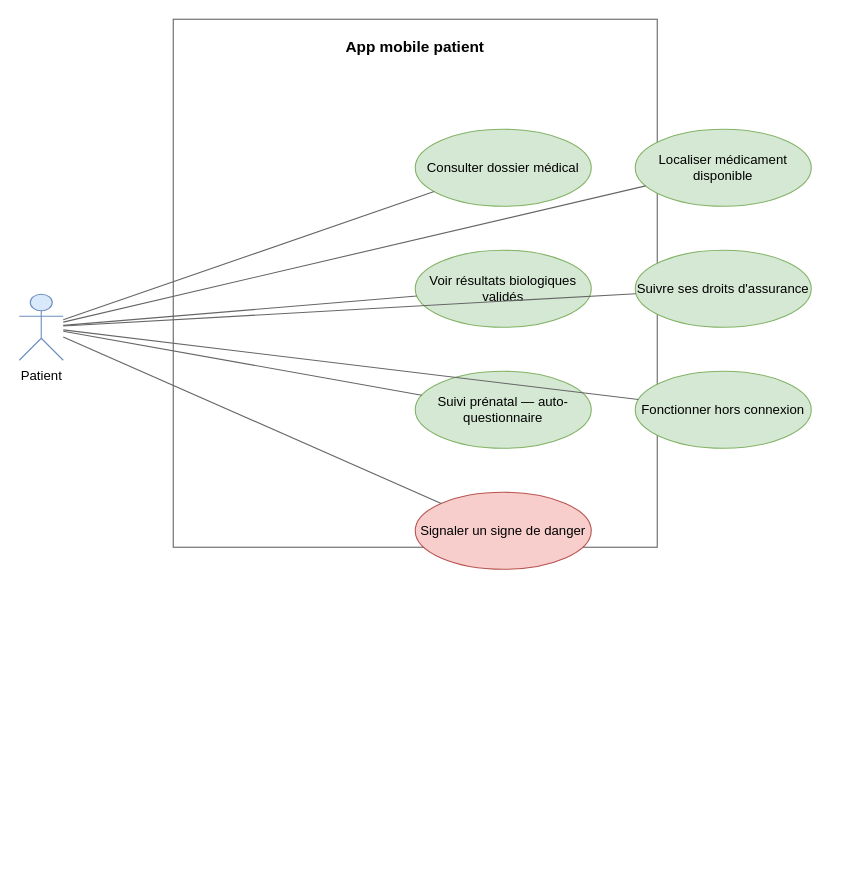
Earlier version of the draw.io diagram page "App Mobile Patient" (5 of 9) of docs/diagrammes/LaafiCare_Cas_Utilisation.drawio (KABORE-c-elie/LaafiCare). Source tidied: cells renumbered, new cells numbered last; positions are measured from the earlier drawing's top-left corner, leaving out a move shared by most shapes. Both pictures are drawn from the tidied source at 110%, with x=0, y=0 at pixel (19, 19).
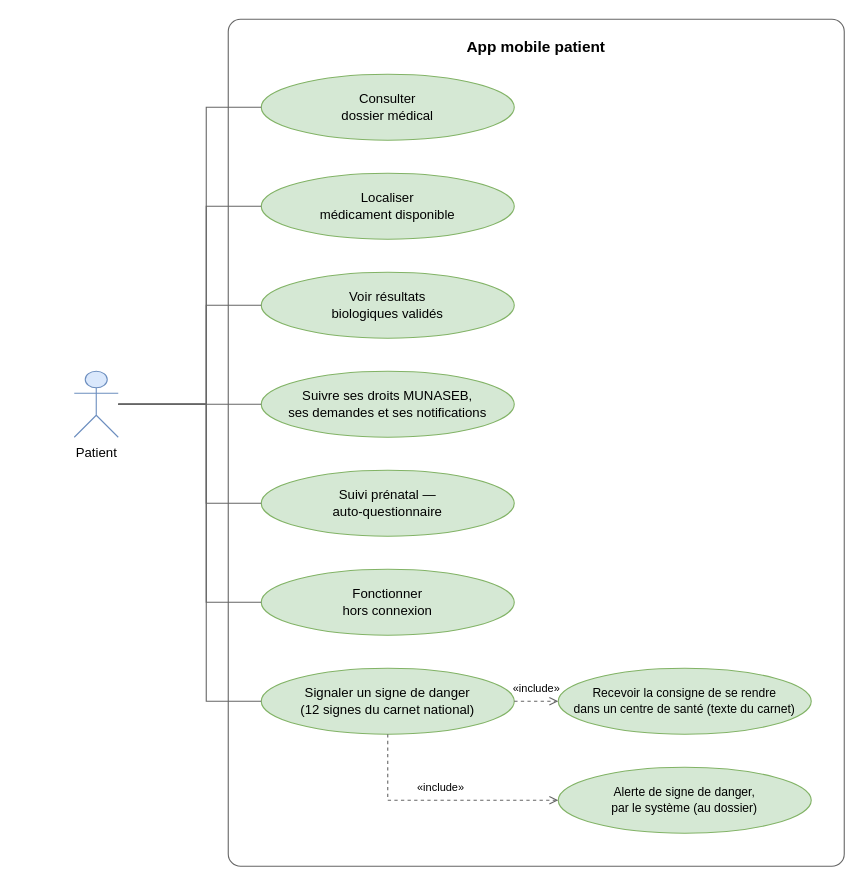
The same page after the edit.

Diff of the diagram source:
```diff
@@
-    <mxCell id="2" value="App mobile patient" style="rounded=8;whiteSpace=wrap;html=1;verticalAlign=top;fillColor=none;strokeColor=#666666;fontSize=14;fontStyle=1;align=center;spacingTop=10;" parent="1" vertex="1">
-      <mxGeometry x="140" width="440" height="480" as="geometry" />
+    <mxCell id="2" value="App mobile patient" style="rounded=1;arcSize=2;whiteSpace=wrap;html=1;verticalAlign=top;fillColor=none;strokeColor=#666666;fontSize=14;fontStyle=1;align=center;spacingTop=10;" parent="1" vertex="1">
+      <mxGeometry x="190" width="560" height="770" as="geometry" />
     </mxCell>
-    <mxCell id="3" value="Patient" style="shape=umlActor;verticalLabelPosition=bottom;verticalAlign=top;html=1;outlineConnect=0;fillColor=#dae8fc;strokeColor=#6c8ebf;" parent="1" vertex="1">
-      <mxGeometry y="250" width="40" height="60" as="geometry" />
-    </mxCell>
-    <mxCell id="4" value="Consulter dossier médical" style="ellipse;whiteSpace=wrap;html=1;fillColor=#d5e8d4;strokeColor=#82b366;" parent="2" vertex="1">
-      <mxGeometry x="220" y="100" width="160" height="70" as="geometry" />
+    <mxCell id="4" value="Consulter&lt;br/&gt;dossier médical" style="ellipse;whiteSpace=wrap;html=1;fillColor=#d5e8d4;strokeColor=#82b366;" parent="2" vertex="1">
+      <mxGeometry x="30" y="50" width="230" height="60" as="geometry" />
     </mxCell>
-    <mxCell id="5" value="Localiser médicament disponible" style="ellipse;whiteSpace=wrap;html=1;fillColor=#d5e8d4;strokeColor=#82b366;" parent="2" vertex="1">
-      <mxGeometry x="420" y="100" width="160" height="70" as="geometry" />
+    <mxCell id="5" value="Localiser&lt;br/&gt;médicament disponible" style="ellipse;whiteSpace=wrap;html=1;fillColor=#d5e8d4;strokeColor=#82b366;" parent="2" vertex="1">
+      <mxGeometry x="30" y="140" width="230" height="60" as="geometry" />
     </mxCell>
-    <mxCell id="6" value="Voir résultats biologiques validés" style="ellipse;whiteSpace=wrap;html=1;fillColor=#d5e8d4;strokeColor=#82b366;" parent="2" vertex="1">
-      <mxGeometry x="220" y="210" width="160" height="70" as="geometry" />
+    <mxCell id="6" value="Voir résultats&lt;br/&gt;biologiques validés" style="ellipse;whiteSpace=wrap;html=1;fillColor=#d5e8d4;strokeColor=#82b366;" parent="2" vertex="1">
+      <mxGeometry x="30" y="230" width="230" height="60" as="geometry" />
     </mxCell>
-    <mxCell id="7" value="Suivre ses droits d'assurance" style="ellipse;whiteSpace=wrap;html=1;fillColor=#d5e8d4;strokeColor=#82b366;" parent="2" vertex="1">
-      <mxGeometry x="420" y="210" width="160" height="70" as="geometry" />
+    <mxCell id="7" value="Suivre ses droits MUNASEB,&lt;br/&gt;ses demandes et ses notifications" style="ellipse;whiteSpace=wrap;html=1;fillColor=#d5e8d4;strokeColor=#82b366;" parent="2" vertex="1">
+      <mxGeometry x="30" y="320" width="230" height="60" as="geometry" />
     </mxCell>
-    <mxCell id="8" value="Suivi prénatal — auto-questionnaire" style="ellipse;whiteSpace=wrap;html=1;fillColor=#d5e8d4;strokeColor=#82b366;" parent="2" vertex="1">
-      <mxGeometry x="220" y="320" width="160" height="70" as="geometry" />
+    <mxCell id="8" value="Suivi prénatal —&lt;br/&gt;auto-questionnaire" style="ellipse;whiteSpace=wrap;html=1;fillColor=#d5e8d4;strokeColor=#82b366;" parent="2" vertex="1">
+      <mxGeometry x="30" y="410" width="230" height="60" as="geometry" />
     </mxCell>
-    <mxCell id="9" value="Fonctionner hors connexion" style="ellipse;whiteSpace=wrap;html=1;fillColor=#d5e8d4;strokeColor=#82b366;" parent="2" vertex="1">
-      <mxGeometry x="420" y="320" width="160" height="70" as="geometry" />
+    <mxCell id="9" value="Fonctionner&lt;br/&gt;hors connexion" style="ellipse;whiteSpace=wrap;html=1;fillColor=#d5e8d4;strokeColor=#82b366;" parent="2" vertex="1">
+      <mxGeometry x="30" y="500" width="230" height="60" as="geometry" />
     </mxCell>
-    <mxCell id="10" value="Signaler un signe de danger" style="ellipse;whiteSpace=wrap;html=1;fillColor=#f8cecc;strokeColor=#b85450;" parent="2" vertex="1">
-      <mxGeometry x="220" y="430" width="160" height="70" as="geometry" />
+    <mxCell id="10" value="Signaler un signe de danger&lt;br/&gt;(12 signes du carnet national)" style="ellipse;whiteSpace=wrap;html=1;fillColor=#d5e8d4;strokeColor=#82b366;" parent="2" vertex="1">
+      <mxGeometry x="30" y="590" width="230" height="60" as="geometry" />
     </mxCell>
+    <mxCell id="18" value="Recevoir la consigne de se rendre&lt;br/&gt;dans un centre de santé (texte du carnet)" style="ellipse;whiteSpace=wrap;html=1;fillColor=#d5e8d4;strokeColor=#82b366;fontSize=11;" parent="2" vertex="1">
+      <mxGeometry x="300" y="590" width="230" height="60" as="geometry" />
+    </mxCell>
+    <mxCell id="19" value="Alerte de signe de danger,&lt;br/&gt;par le système (au dossier)" style="ellipse;whiteSpace=wrap;html=1;fillColor=#d5e8d4;strokeColor=#82b366;fontSize=11;" parent="2" vertex="1">
+      <mxGeometry x="300" y="680" width="230" height="60" as="geometry" />
+    </mxCell>
+    <mxCell id="3" value="Patient" style="shape=umlActor;verticalLabelPosition=bottom;verticalAlign=top;html=1;outlineConnect=0;fillColor=#dae8fc;strokeColor=#6c8ebf;" parent="1" vertex="1">
+      <mxGeometry x="50" y="320" width="40" height="60" as="geometry" />
+    </mxCell>
-    <mxCell id="11" style="endArrow=none;html=1;strokeColor=#666666;" parent="1" edge="1" source="3" target="4">
-      <mxGeometry relative="1" as="geometry" />
+    <mxCell id="11" style="edgeStyle=orthogonalEdgeStyle;rounded=0;html=1;endArrow=none;strokeColor=#666666;fontSize=10;labelBackgroundColor=#ffffff;exitX=1;exitY=0.5;exitDx=0;exitDy=0;exitPerimeter=0;entryX=0.0000;entryY=0.5000;entryDx=0;entryDy=0;entryPerimeter=0;" parent="1" edge="1" source="3" target="4">
+      <mxGeometry relative="1" as="geometry">
+        <Array as="points">
+          <mxPoint x="170" y="350" />
+          <mxPoint x="170" y="80" />
+        </Array>
+      </mxGeometry>
     </mxCell>
-    <mxCell id="12" style="endArrow=none;html=1;strokeColor=#666666;" parent="1" edge="1" source="3" target="5">
-      <mxGeometry relative="1" as="geometry" />
+    <mxCell id="12" style="edgeStyle=orthogonalEdgeStyle;rounded=0;html=1;endArrow=none;strokeColor=#666666;fontSize=10;labelBackgroundColor=#ffffff;exitX=1;exitY=0.5;exitDx=0;exitDy=0;exitPerimeter=0;entryX=0.0000;entryY=0.5000;entryDx=0;entryDy=0;entryPerimeter=0;" parent="1" edge="1" source="3" target="5">
+      <mxGeometry relative="1" as="geometry">
+        <Array as="points">
+          <mxPoint x="170" y="350" />
+          <mxPoint x="170" y="170" />
+        </Array>
+      </mxGeometry>
     </mxCell>
-    <mxCell id="13" style="endArrow=none;html=1;strokeColor=#666666;" parent="1" edge="1" source="3" target="6">
-      <mxGeometry relative="1" as="geometry" />
+    <mxCell id="13" style="edgeStyle=orthogonalEdgeStyle;rounded=0;html=1;endArrow=none;strokeColor=#666666;fontSize=10;labelBackgroundColor=#ffffff;exitX=1;exitY=0.5;exitDx=0;exitDy=0;exitPerimeter=0;entryX=0.0000;entryY=0.5000;entryDx=0;entryDy=0;entryPerimeter=0;" parent="1" edge="1" source="3" target="6">
+      <mxGeometry relative="1" as="geometry">
+        <Array as="points">
+          <mxPoint x="170" y="350" />
+          <mxPoint x="170" y="260" />
+        </Array>
+      </mxGeometry>
     </mxCell>
-    <mxCell id="14" style="endArrow=none;html=1;strokeColor=#666666;" parent="1" edge="1" source="3" target="7">
+    <mxCell id="14" style="edgeStyle=orthogonalEdgeStyle;rounded=0;html=1;endArrow=none;strokeColor=#666666;fontSize=10;labelBackgroundColor=#ffffff;exitX=1;exitY=0.5;exitDx=0;exitDy=0;exitPerimeter=0;entryX=0.0000;entryY=0.5000;entryDx=0;entryDy=0;entryPerimeter=0;" parent="1" edge="1" source="3" target="7">
       <mxGeometry relative="1" as="geometry" />
     </mxCell>
-    <mxCell id="15" style="endArrow=none;html=1;strokeColor=#666666;" parent="1" edge="1" source="3" target="8">
-      <mxGeometry relative="1" as="geometry" />
+    <mxCell id="15" style="edgeStyle=orthogonalEdgeStyle;rounded=0;html=1;endArrow=none;strokeColor=#666666;fontSize=10;labelBackgroundColor=#ffffff;exitX=1;exitY=0.5;exitDx=0;exitDy=0;exitPerimeter=0;entryX=0.0000;entryY=0.5000;entryDx=0;entryDy=0;entryPerimeter=0;" parent="1" edge="1" source="3" target="8">
+      <mxGeometry relative="1" as="geometry">
+        <Array as="points">
+          <mxPoint x="170" y="350" />
+          <mxPoint x="170" y="440" />
+        </Array>
+      </mxGeometry>
     </mxCell>
-    <mxCell id="16" style="endArrow=none;html=1;strokeColor=#666666;" parent="1" edge="1" source="3" target="9">
-      <mxGeometry relative="1" as="geometry" />
+    <mxCell id="16" style="edgeStyle=orthogonalEdgeStyle;rounded=0;html=1;endArrow=none;strokeColor=#666666;fontSize=10;labelBackgroundColor=#ffffff;exitX=1;exitY=0.5;exitDx=0;exitDy=0;exitPerimeter=0;entryX=0.0000;entryY=0.5000;entryDx=0;entryDy=0;entryPerimeter=0;" parent="1" edge="1" source="3" target="9">
+      <mxGeometry relative="1" as="geometry">
+        <Array as="points">
+          <mxPoint x="170" y="350" />
+          <mxPoint x="170" y="530" />
+        </Array>
+      </mxGeometry>
     </mxCell>
-    <mxCell id="17" style="endArrow=none;html=1;strokeColor=#666666;" parent="1" edge="1" source="3" target="10">
-      <mxGeometry relative="1" as="geometry" />
+    <mxCell id="17" style="edgeStyle=orthogonalEdgeStyle;rounded=0;html=1;endArrow=none;strokeColor=#666666;fontSize=10;labelBackgroundColor=#ffffff;exitX=1;exitY=0.5;exitDx=0;exitDy=0;exitPerimeter=0;entryX=0.0000;entryY=0.5000;entryDx=0;entryDy=0;entryPerimeter=0;" parent="1" edge="1" source="3" target="10">
+      <mxGeometry relative="1" as="geometry">
+        <Array as="points">
+          <mxPoint x="170" y="350" />
+          <mxPoint x="170" y="620" />
+        </Array>
+      </mxGeometry>
     </mxCell>
+    <mxCell id="20" value="«include»" style="edgeStyle=orthogonalEdgeStyle;rounded=0;html=1;endArrow=open;endFill=0;dashed=1;strokeColor=#666666;fontSize=10;labelBackgroundColor=#ffffff;exitX=1.0000;exitY=0.5000;exitDx=0;exitDy=0;exitPerimeter=0;entryX=0.0000;entryY=0.5000;entryDx=0;entryDy=0;entryPerimeter=0;" parent="1" edge="1" source="10" target="18">
+      <mxGeometry relative="1" as="geometry">
+        <mxPoint y="-12" as="offset" />
+      </mxGeometry>
+    </mxCell>
+    <mxCell id="21" value="«include»" style="edgeStyle=orthogonalEdgeStyle;rounded=0;html=1;endArrow=open;endFill=0;dashed=1;strokeColor=#666666;fontSize=10;labelBackgroundColor=#ffffff;exitX=0.5000;exitY=1.0000;exitDx=0;exitDy=0;exitPerimeter=0;entryX=0.0000;entryY=0.5000;entryDx=0;entryDy=0;entryPerimeter=0;" parent="1" edge="1" source="10" target="19">
+      <mxGeometry relative="1" as="geometry">
+        <mxPoint y="-12" as="offset" />
+      </mxGeometry>
+    </mxCell>
```
